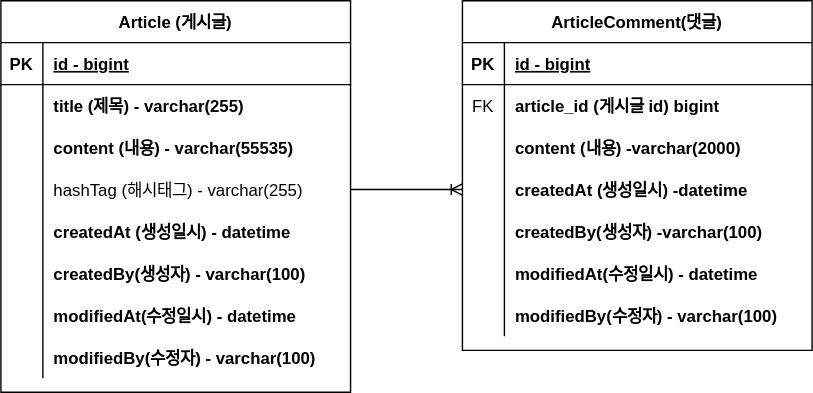
Earlier version of the draw.io export document/project-board-erd.svg (ckaanf/project-board). Source tidied: cells renumbered, new cells last; positions are measured from the earlier drawing's top-left corner, leaving out a move shared by most shapes.
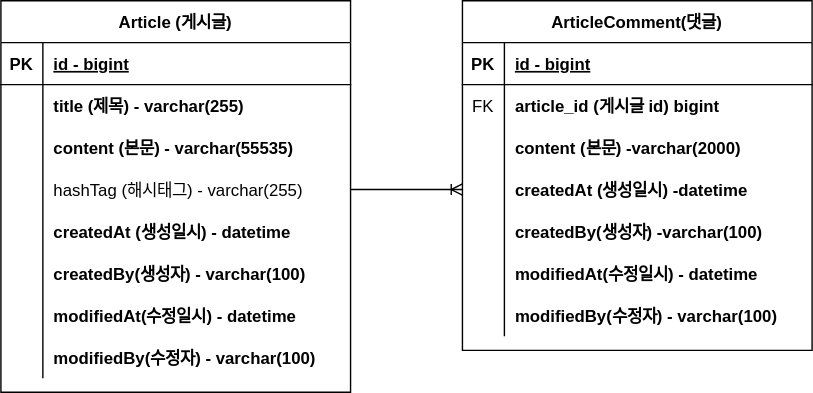
After the commit.

Commit message:
#3 ERD 주석 업데이트: project-board-erd.svg 업데이트

The edit, as a diff of the source:
```diff
@@ -29,7 +29,7 @@
     <mxCell id="10" style="shape=partialRectangle;fillColor=none;top=0;left=0;bottom=0;right=0;overflow=hidden;" parent="9" vertex="1">
       <mxGeometry width="30" height="30" as="geometry" />
     </mxCell>
-    <mxCell id="11" value="content (내용) - varchar(55535)" style="shape=partialRectangle;fillColor=none;top=0;left=0;bottom=0;right=0;align=left;spacingLeft=6;overflow=hidden;fontStyle=1;" parent="9" vertex="1">
+    <mxCell id="11" value="content (본문) - varchar(55535)" style="shape=partialRectangle;fillColor=none;top=0;left=0;bottom=0;right=0;align=left;spacingLeft=6;overflow=hidden;fontStyle=1;" parent="9" vertex="1">
       <mxGeometry x="30" width="220" height="30" as="geometry" />
     </mxCell>
     <mxCell id="12" style="shape=tableRow;horizontal=0;startSize=0;swimlaneHead=0;swimlaneBody=0;fillColor=none;points=[[0,0.5],[1,0.5]];portConstraint=eastwest;top=0;left=0;right=0;bottom=0;" parent="2" vertex="1">
@@ -104,7 +104,7 @@
     <mxCell id="35" style="shape=partialRectangle;fillColor=none;top=0;left=0;bottom=0;right=0;overflow=hidden;" parent="34" vertex="1">
       <mxGeometry width="30" height="30" as="geometry" />
     </mxCell>
-    <mxCell id="36" value="content (내용) -varchar(2000)" style="shape=partialRectangle;fillColor=none;top=0;left=0;bottom=0;right=0;align=left;spacingLeft=6;overflow=hidden;fontStyle=1;" parent="34" vertex="1">
+    <mxCell id="36" value="content (본문) -varchar(2000)" style="shape=partialRectangle;fillColor=none;top=0;left=0;bottom=0;right=0;align=left;spacingLeft=6;overflow=hidden;fontStyle=1;" parent="34" vertex="1">
       <mxGeometry x="30" width="220" height="30" as="geometry" />
     </mxCell>
     <mxCell id="37" style="shape=tableRow;horizontal=0;startSize=0;swimlaneHead=0;swimlaneBody=0;fillColor=none;points=[[0,0.5],[1,0.5]];portConstraint=eastwest;top=0;left=0;right=0;bottom=0;" parent="27" vertex="1">
```
